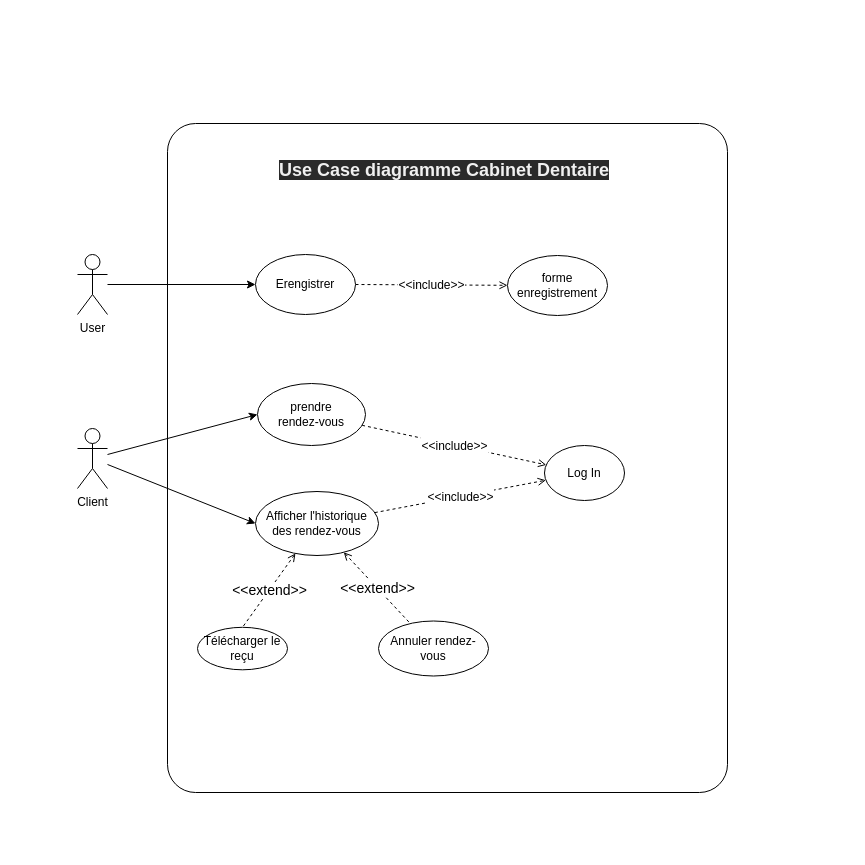
Earlier version of the draw.io diagram page "Page-1" (1 of 2) of UML/Uml.drawio (dounya-m/Gestion-Rendez-vous). Source tidied: cells renumbered, new cells numbered last; positions are measured from the earlier drawing's top-left corner, leaving out a move shared by most shapes. Both pictures are drawn from the tidied source at 100%, with x=0, y=0 at pixel (77, 123).
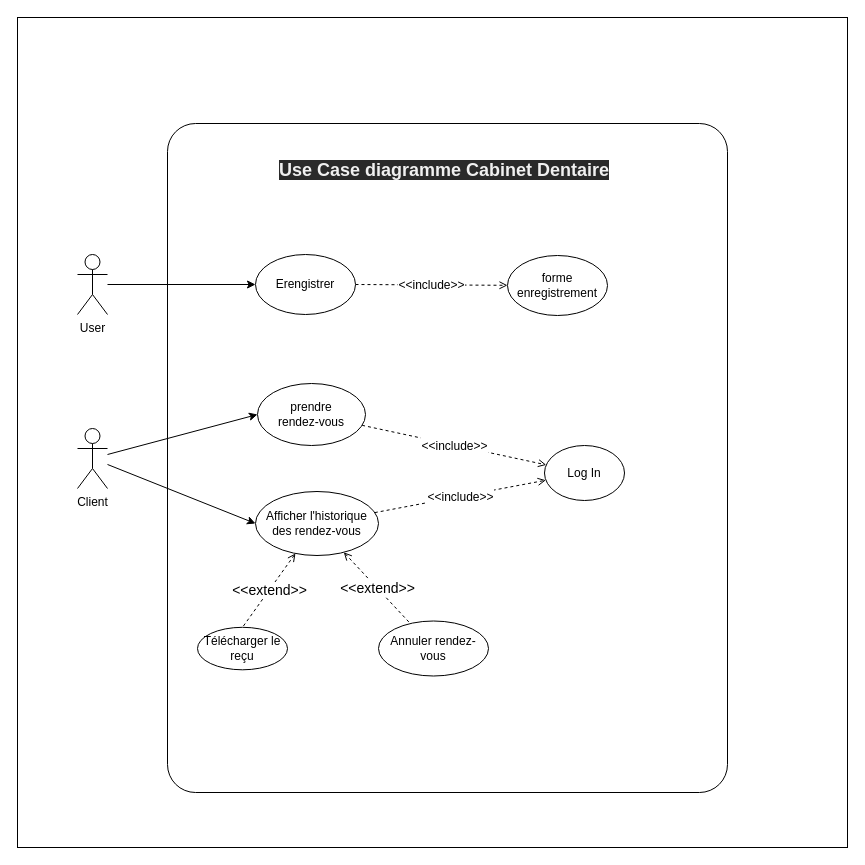
Above is the later version.

What changed in the source:
```diff
@@
+    <mxCell id="21" style="whiteSpace=wrap;html=1;" parent="1" vertex="1">
+      <mxGeometry x="-60" y="-106" width="830" height="830" as="geometry" />
+    </mxCell>
```
